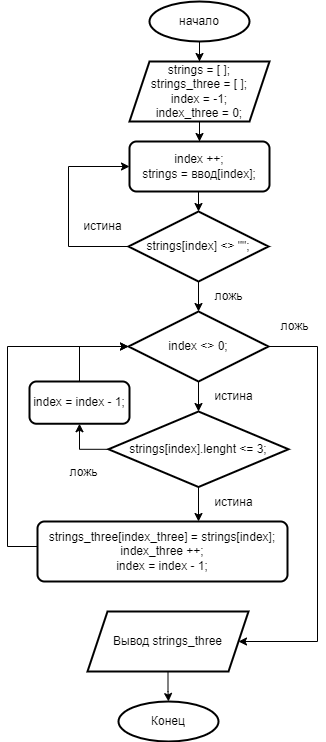
ArtemFinder/seminar-C- keeps this draw.io diagram as final_control_work/блок-схема.png. Above is the earlier version. Source tidied: cells renumbered, new cells last; positions are measured from the earlier drawing's top-left corner, leaving out a move shared by most shapes. The source it was exported from:
```xml
<mxGraphModel>
  <root>
    <mxCell id="0" />
    <mxCell id="1" parent="0" />
    <mxCell id="2" style="edgeStyle=orthogonalEdgeStyle;rounded=0;jettySize=auto;html=1;" parent="1" edge="1" target="4">
      <mxGeometry relative="1" as="geometry">
        <mxPoint x="192" y="40" as="sourcePoint" />
      </mxGeometry>
    </mxCell>
    <mxCell id="3" style="edgeStyle=orthogonalEdgeStyle;rounded=0;jettySize=auto;html=1;" parent="1" edge="1" source="4" target="9">
      <mxGeometry relative="1" as="geometry" />
    </mxCell>
    <mxCell id="4" value="strings = [ ];&lt;br&gt;strings_three = [ ];&lt;br&gt;index = -1;&lt;br&gt;index_three = 0;" style="shape=parallelogram;perimeter=parallelogramPerimeter;whiteSpace=wrap;html=1;fixedSize=1;strokeWidth=2;" parent="1" vertex="1">
      <mxGeometry x="122" y="60" width="140" height="60" as="geometry" />
    </mxCell>
    <mxCell id="5" style="edgeStyle=orthogonalEdgeStyle;rounded=0;jettySize=auto;html=1;exitX=0;exitY=0.5;exitDx=0;exitDy=0;entryX=0;entryY=0.5;entryDx=0;entryDy=0;" parent="1" edge="1" source="7" target="9">
      <mxGeometry relative="1" as="geometry">
        <Array as="points">
          <mxPoint x="61" y="245" />
          <mxPoint x="61" y="165" />
        </Array>
      </mxGeometry>
    </mxCell>
    <mxCell id="6" style="edgeStyle=orthogonalEdgeStyle;rounded=0;jettySize=auto;html=1;" parent="1" edge="1" source="7" target="14">
      <mxGeometry relative="1" as="geometry" />
    </mxCell>
    <mxCell id="7" value="strings[index] &amp;lt;&amp;gt; &quot;&quot;;" style="rhombus;whiteSpace=wrap;html=1;strokeWidth=2;" parent="1" vertex="1">
      <mxGeometry x="121" y="210" width="140" height="70" as="geometry" />
    </mxCell>
    <mxCell id="8" style="edgeStyle=orthogonalEdgeStyle;rounded=0;jettySize=auto;html=1;exitX=0.5;exitY=1;exitDx=0;exitDy=0;entryX=0.5;entryY=0;entryDx=0;entryDy=0;" parent="1" edge="1" source="9" target="7">
      <mxGeometry relative="1" as="geometry" />
    </mxCell>
    <mxCell id="9" value="index ++;&lt;br&gt;strings = ввод[index];" style="rounded=1;whiteSpace=wrap;html=1;absoluteArcSize=1;arcSize=14;strokeWidth=2;" parent="1" vertex="1">
      <mxGeometry x="122" y="140" width="140" height="50" as="geometry" />
    </mxCell>
    <mxCell id="10" value="начало&lt;br&gt;" style="strokeWidth=2;html=1;shape=mxgraph.flowchart.start_1;whiteSpace=wrap;" parent="1" vertex="1">
      <mxGeometry x="142" width="100" height="40" as="geometry" />
    </mxCell>
    <mxCell id="11" value="истина&lt;br&gt;" style="text;html=1;align=center;verticalAlign=middle;fillColor=default;gradientColor=none;opacity=70;" parent="1" vertex="1">
      <mxGeometry x="65" y="210" width="60" height="30" as="geometry" />
    </mxCell>
    <mxCell id="12" style="edgeStyle=orthogonalEdgeStyle;rounded=0;jettySize=auto;html=1;" parent="1" edge="1" source="14" target="18">
      <mxGeometry relative="1" as="geometry" />
    </mxCell>
    <mxCell id="13" style="edgeStyle=orthogonalEdgeStyle;rounded=0;jettySize=auto;html=1;" parent="1" edge="1" source="14" target="27">
      <mxGeometry relative="1" as="geometry">
        <Array as="points">
          <mxPoint x="310" y="345" />
          <mxPoint x="310" y="640" />
        </Array>
      </mxGeometry>
    </mxCell>
    <mxCell id="14" value="index &amp;lt;&amp;gt; 0;" style="rhombus;whiteSpace=wrap;html=1;strokeWidth=2;fillColor=default;gradientColor=none;" parent="1" vertex="1">
      <mxGeometry x="121" y="310" width="140" height="70" as="geometry" />
    </mxCell>
    <mxCell id="15" value="ложь" style="text;html=1;align=center;verticalAlign=middle;fillColor=default;gradientColor=none;opacity=70;" parent="1" vertex="1">
      <mxGeometry x="196" y="280" width="50" height="30" as="geometry" />
    </mxCell>
    <mxCell id="16" style="edgeStyle=orthogonalEdgeStyle;rounded=0;jettySize=auto;html=1;entryX=0.644;entryY=0;entryDx=0;entryDy=0;entryPerimeter=0;" parent="1" edge="1" source="18" target="21">
      <mxGeometry relative="1" as="geometry" />
    </mxCell>
    <mxCell id="17" style="edgeStyle=orthogonalEdgeStyle;rounded=0;jettySize=auto;html=1;entryX=0.5;entryY=1;entryDx=0;entryDy=0;" parent="1" edge="1" source="18" target="23">
      <mxGeometry relative="1" as="geometry">
        <Array as="points">
          <mxPoint x="72" y="448" />
        </Array>
      </mxGeometry>
    </mxCell>
    <mxCell id="18" value="strings[index].lenght &amp;lt;= 3;" style="rhombus;whiteSpace=wrap;html=1;strokeWidth=2;fillColor=default;gradientColor=none;" parent="1" vertex="1">
      <mxGeometry x="101" y="410" width="180" height="75.5" as="geometry" />
    </mxCell>
    <mxCell id="19" value="истина&lt;br&gt;" style="text;html=1;align=center;verticalAlign=middle;fillColor=default;gradientColor=none;opacity=70;" parent="1" vertex="1">
      <mxGeometry x="196" y="380" width="60" height="30" as="geometry" />
    </mxCell>
    <mxCell id="20" style="edgeStyle=orthogonalEdgeStyle;rounded=0;jettySize=auto;html=1;entryX=0;entryY=0.5;entryDx=0;entryDy=0;" parent="1" edge="1" source="21" target="14">
      <mxGeometry relative="1" as="geometry">
        <Array as="points">
          <mxPoint y="545" />
          <mxPoint y="345" />
        </Array>
      </mxGeometry>
    </mxCell>
    <mxCell id="21" value="strings_three[index_three]&amp;nbsp;= strings[index];&lt;br&gt;index_three ++;&lt;br&gt;index = index - 1;" style="rounded=1;whiteSpace=wrap;html=1;absoluteArcSize=1;arcSize=14;strokeWidth=2;fillColor=default;gradientColor=none;" parent="1" vertex="1">
      <mxGeometry x="30" y="520" width="250" height="60" as="geometry" />
    </mxCell>
    <mxCell id="22" style="edgeStyle=orthogonalEdgeStyle;rounded=0;jettySize=auto;html=1;entryX=0;entryY=0.5;entryDx=0;entryDy=0;" parent="1" edge="1" source="23" target="14">
      <mxGeometry relative="1" as="geometry" />
    </mxCell>
    <mxCell id="23" value="index = index - 1;" style="rounded=1;whiteSpace=wrap;html=1;absoluteArcSize=1;arcSize=14;strokeWidth=2;fillColor=default;gradientColor=none;" parent="1" vertex="1">
      <mxGeometry x="22" y="380" width="100" height="42.2" as="geometry" />
    </mxCell>
    <mxCell id="24" value="ложь" style="text;html=1;align=center;verticalAlign=middle;fillColor=default;gradientColor=none;opacity=70;" parent="1" vertex="1">
      <mxGeometry x="51" y="455.5" width="50" height="30" as="geometry" />
    </mxCell>
    <mxCell id="25" value="истина&lt;br&gt;" style="text;html=1;align=center;verticalAlign=middle;fillColor=default;gradientColor=none;opacity=70;" parent="1" vertex="1">
      <mxGeometry x="196" y="485.5" width="60" height="30" as="geometry" />
    </mxCell>
    <mxCell id="26" style="edgeStyle=orthogonalEdgeStyle;rounded=0;jettySize=auto;html=1;" parent="1" edge="1" source="27" target="29">
      <mxGeometry relative="1" as="geometry" />
    </mxCell>
    <mxCell id="27" value="Вывод strings_three" style="shape=parallelogram;perimeter=parallelogramPerimeter;whiteSpace=wrap;html=1;fixedSize=1;strokeWidth=2;gradientColor=none;" parent="1" vertex="1">
      <mxGeometry x="80" y="610" width="161" height="60" as="geometry" />
    </mxCell>
    <mxCell id="28" value="ложь" style="text;html=1;align=center;verticalAlign=middle;fillColor=default;gradientColor=none;opacity=70;" parent="1" vertex="1">
      <mxGeometry x="262" y="310" width="50" height="30" as="geometry" />
    </mxCell>
    <mxCell id="29" value="Конец" style="strokeWidth=2;html=1;shape=mxgraph.flowchart.start_1;whiteSpace=wrap;fillColor=default;gradientColor=none;" parent="1" vertex="1">
      <mxGeometry x="111" y="700" width="100" height="40" as="geometry" />
    </mxCell>
  </root>
</mxGraphModel>
```
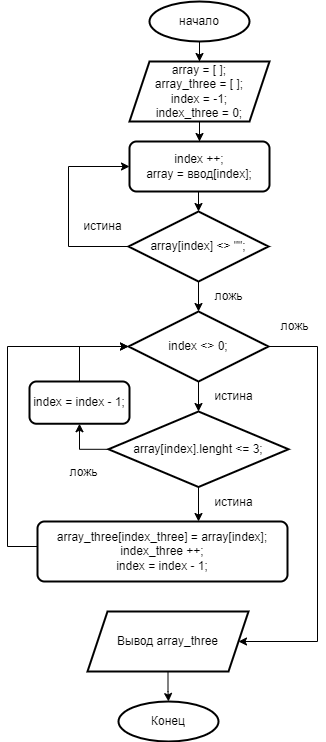
The same diagram one commit later.

Commit message:
блок-схема

Diff of the diagram source:
```diff
@@ -10,7 +10,7 @@
     <mxCell id="3" style="edgeStyle=orthogonalEdgeStyle;rounded=0;jettySize=auto;html=1;" parent="1" edge="1" source="4" target="9">
       <mxGeometry relative="1" as="geometry" />
     </mxCell>
-    <mxCell id="4" value="strings = [ ];&lt;br&gt;strings_three = [ ];&lt;br&gt;index = -1;&lt;br&gt;index_three = 0;" style="shape=parallelogram;perimeter=parallelogramPerimeter;whiteSpace=wrap;html=1;fixedSize=1;strokeWidth=2;" parent="1" vertex="1">
+    <mxCell id="4" value="array = [ ];&lt;br&gt;array_three = [ ];&lt;br&gt;index = -1;&lt;br&gt;index_three = 0;" style="shape=parallelogram;perimeter=parallelogramPerimeter;whiteSpace=wrap;html=1;fixedSize=1;strokeWidth=2;" parent="1" vertex="1">
       <mxGeometry x="122" y="60" width="140" height="60" as="geometry" />
     </mxCell>
     <mxCell id="5" style="edgeStyle=orthogonalEdgeStyle;rounded=0;jettySize=auto;html=1;exitX=0;exitY=0.5;exitDx=0;exitDy=0;entryX=0;entryY=0.5;entryDx=0;entryDy=0;" parent="1" edge="1" source="7" target="9">
@@ -24,13 +24,13 @@
     <mxCell id="6" style="edgeStyle=orthogonalEdgeStyle;rounded=0;jettySize=auto;html=1;" parent="1" edge="1" source="7" target="14">
       <mxGeometry relative="1" as="geometry" />
     </mxCell>
-    <mxCell id="7" value="strings[index] &amp;lt;&amp;gt; &quot;&quot;;" style="rhombus;whiteSpace=wrap;html=1;strokeWidth=2;" parent="1" vertex="1">
+    <mxCell id="7" value="array[index] &amp;lt;&amp;gt; &quot;&quot;;" style="rhombus;whiteSpace=wrap;html=1;strokeWidth=2;" parent="1" vertex="1">
       <mxGeometry x="121" y="210" width="140" height="70" as="geometry" />
     </mxCell>
     <mxCell id="8" style="edgeStyle=orthogonalEdgeStyle;rounded=0;jettySize=auto;html=1;exitX=0.5;exitY=1;exitDx=0;exitDy=0;entryX=0.5;entryY=0;entryDx=0;entryDy=0;" parent="1" edge="1" source="9" target="7">
       <mxGeometry relative="1" as="geometry" />
     </mxCell>
-    <mxCell id="9" value="index ++;&lt;br&gt;strings = ввод[index];" style="rounded=1;whiteSpace=wrap;html=1;absoluteArcSize=1;arcSize=14;strokeWidth=2;" parent="1" vertex="1">
+    <mxCell id="9" value="index ++;&lt;br&gt;array = ввод[index];" style="rounded=1;whiteSpace=wrap;html=1;absoluteArcSize=1;arcSize=14;strokeWidth=2;" parent="1" vertex="1">
       <mxGeometry x="122" y="140" width="140" height="50" as="geometry" />
     </mxCell>
     <mxCell id="10" value="начало&lt;br&gt;" style="strokeWidth=2;html=1;shape=mxgraph.flowchart.start_1;whiteSpace=wrap;" parent="1" vertex="1">
@@ -66,7 +66,7 @@
         </Array>
       </mxGeometry>
     </mxCell>
-    <mxCell id="18" value="strings[index].lenght &amp;lt;= 3;" style="rhombus;whiteSpace=wrap;html=1;strokeWidth=2;fillColor=default;gradientColor=none;" parent="1" vertex="1">
+    <mxCell id="18" value="array[index].lenght &amp;lt;= 3;" style="rhombus;whiteSpace=wrap;html=1;strokeWidth=2;fillColor=default;gradientColor=none;" parent="1" vertex="1">
       <mxGeometry x="101" y="410" width="180" height="75.5" as="geometry" />
     </mxCell>
     <mxCell id="19" value="истина&lt;br&gt;" style="text;html=1;align=center;verticalAlign=middle;fillColor=default;gradientColor=none;opacity=70;" parent="1" vertex="1">
@@ -80,7 +80,7 @@
         </Array>
       </mxGeometry>
     </mxCell>
-    <mxCell id="21" value="strings_three[index_three]&amp;nbsp;= strings[index];&lt;br&gt;index_three ++;&lt;br&gt;index = index - 1;" style="rounded=1;whiteSpace=wrap;html=1;absoluteArcSize=1;arcSize=14;strokeWidth=2;fillColor=default;gradientColor=none;" parent="1" vertex="1">
+    <mxCell id="21" value="array_three[index_three]&amp;nbsp;= array[index];&lt;br&gt;index_three ++;&lt;br&gt;index = index - 1;" style="rounded=1;whiteSpace=wrap;html=1;absoluteArcSize=1;arcSize=14;strokeWidth=2;fillColor=default;gradientColor=none;" parent="1" vertex="1">
       <mxGeometry x="30" y="520" width="250" height="60" as="geometry" />
     </mxCell>
     <mxCell id="22" style="edgeStyle=orthogonalEdgeStyle;rounded=0;jettySize=auto;html=1;entryX=0;entryY=0.5;entryDx=0;entryDy=0;" parent="1" edge="1" source="23" target="14">
@@ -98,7 +98,7 @@
     <mxCell id="26" style="edgeStyle=orthogonalEdgeStyle;rounded=0;jettySize=auto;html=1;" parent="1" edge="1" source="27" target="29">
       <mxGeometry relative="1" as="geometry" />
     </mxCell>
-    <mxCell id="27" value="Вывод strings_three" style="shape=parallelogram;perimeter=parallelogramPerimeter;whiteSpace=wrap;html=1;fixedSize=1;strokeWidth=2;gradientColor=none;" parent="1" vertex="1">
+    <mxCell id="27" value="Вывод array_three" style="shape=parallelogram;perimeter=parallelogramPerimeter;whiteSpace=wrap;html=1;fixedSize=1;strokeWidth=2;gradientColor=none;" parent="1" vertex="1">
       <mxGeometry x="80" y="610" width="161" height="60" as="geometry" />
     </mxCell>
     <mxCell id="28" value="ложь" style="text;html=1;align=center;verticalAlign=middle;fillColor=default;gradientColor=none;opacity=70;" parent="1" vertex="1">
```
